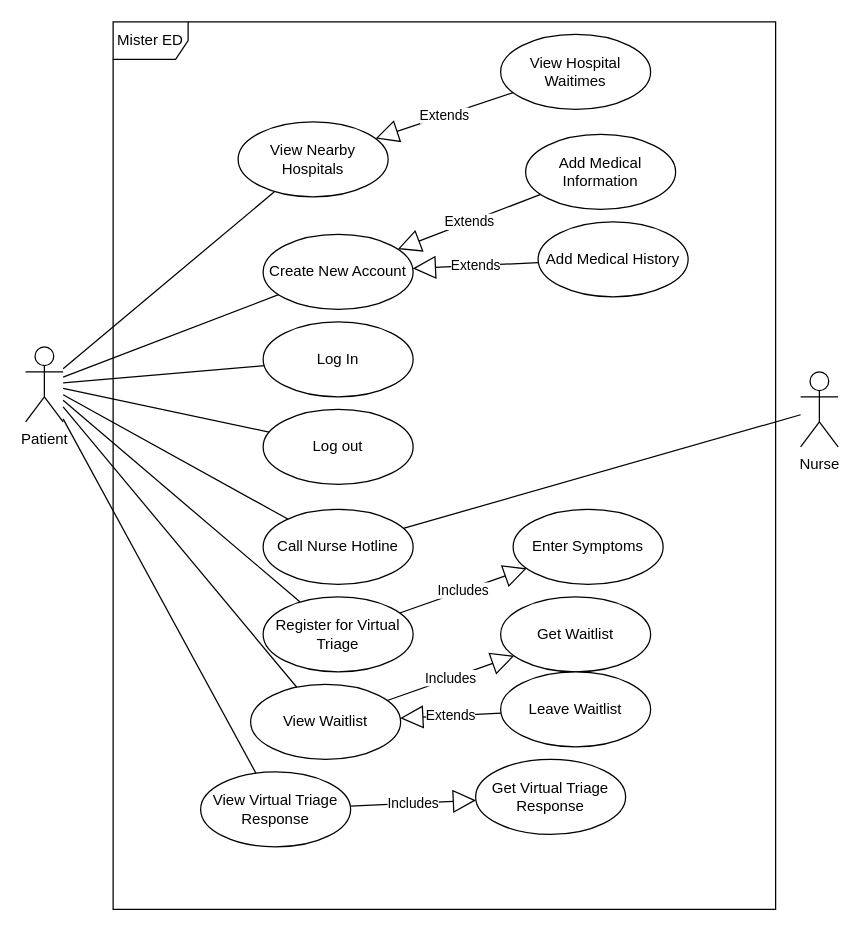
The draw.io diagram OliverWork/PatientUseCaseDiagram.drawio in SENG-350-2024-fall/Team9, before the edit. Source tidied: cells renumbered, new cells numbered last; positions are measured from the earlier drawing's top-left corner, leaving out a move shared by most shapes. Both pictures are drawn from the tidied source at 125%, with x=0, y=0 at pixel (25, 21).
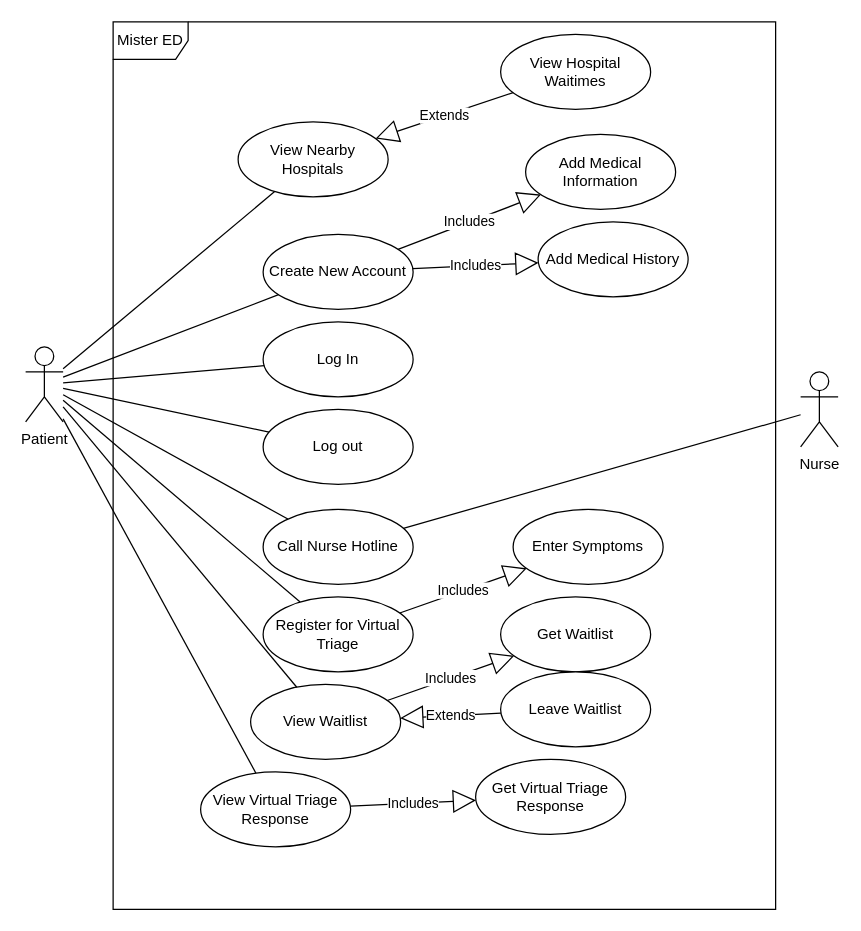
After the change.

The change refers to these unchanged cells:
```xml
<mxCell id="3" value="Create New Account" style="ellipse;whiteSpace=wrap;html=1;" parent="1" vertex="1">
  <mxGeometry x="190" y="170" width="120" height="60" as="geometry" />
</mxCell>
<mxCell id="5" value="Add Medical Information" style="ellipse;whiteSpace=wrap;html=1;" parent="1" vertex="1">
  <mxGeometry x="400" y="90" width="120" height="60" as="geometry" />
</mxCell>
<mxCell id="7" value="Add Medical History" style="ellipse;whiteSpace=wrap;html=1;" parent="1" vertex="1">
  <mxGeometry x="410" y="160" width="120" height="60" as="geometry" />
</mxCell>
```

Diff of the diagram source:
```diff
@@
-    <mxCell id="6" value="Extends" style="endArrow=block;endSize=16;endFill=0;html=1;rounded=0;" parent="1" edge="1" source="5" target="3">
+    <mxCell id="6" value="Includes" style="endArrow=block;endSize=16;endFill=0;html=1;rounded=0;" parent="1" edge="1" source="3" target="5">
       <mxGeometry relative="1" as="geometry" />
     </mxCell>
@@
-    <mxCell id="8" value="Extends" style="endArrow=block;endSize=16;endFill=0;html=1;rounded=0;" parent="1" edge="1" source="7" target="3">
+    <mxCell id="8" value="Includes" style="endArrow=block;endSize=16;endFill=0;html=1;rounded=0;" parent="1" edge="1" source="3" target="7">
       <mxGeometry relative="1" as="geometry" />
     </mxCell>
```
